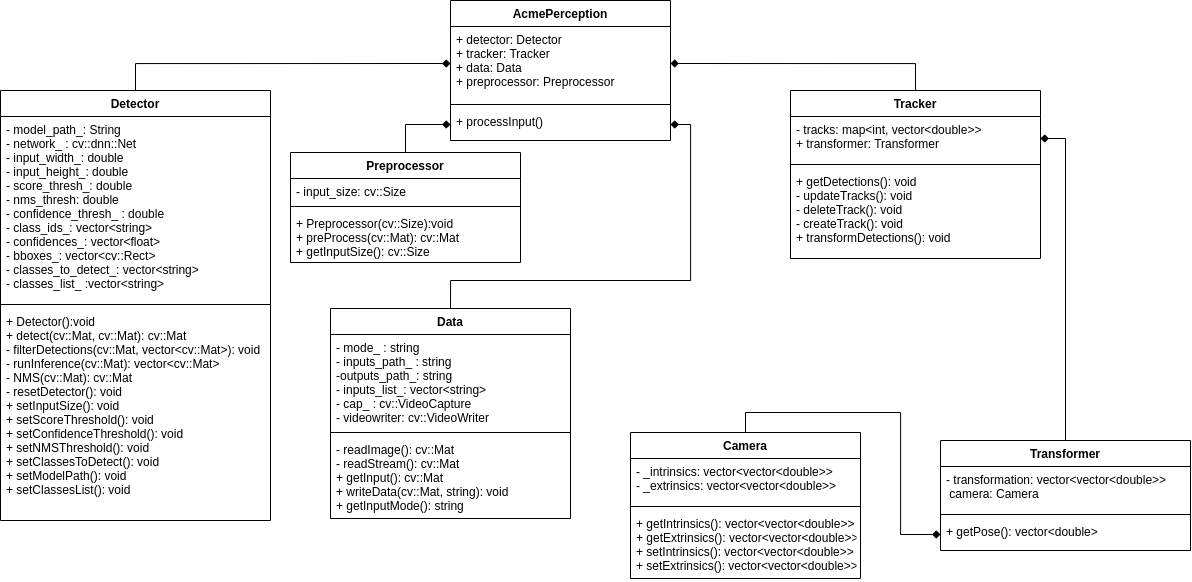
Earlier version of the draw.io export UML/revised/UML Class Diagram.png (tanujthakkar/Human-Detection-and-Tracking). Source tidied: cells renumbered, new cells last; positions are measured from the earlier drawing's top-left corner, leaving out a move shared by most shapes. The source it was exported from:
```xml
<mxGraphModel>
  <root>
    <mxCell id="0" />
    <mxCell id="1" parent="0" />
    <mxCell id="2" value="Tracker" style="swimlane;fontStyle=1;align=center;verticalAlign=top;horizontal=1;startSize=26;" parent="1" vertex="1">
      <mxGeometry x="790" y="90" width="250" height="168" as="geometry" />
    </mxCell>
    <mxCell id="3" value="- tracks: map&lt;int, vector&lt;double&gt;&gt;&#10;+ transformer: Transformer" style="text;strokeColor=none;fillColor=none;align=left;verticalAlign=top;spacingLeft=4;spacingRight=4;overflow=hidden;points=[[0,0.5],[1,0.5]];portConstraint=eastwest;" parent="2" vertex="1">
      <mxGeometry y="26" width="250" height="44" as="geometry" />
    </mxCell>
    <mxCell id="4" style="line;strokeWidth=1;fillColor=none;align=left;verticalAlign=middle;spacingTop=-1;spacingLeft=3;spacingRight=3;labelPosition=right;strokeColor=inherit;" parent="2" vertex="1">
      <mxGeometry y="70" width="250" height="8" as="geometry" />
    </mxCell>
    <mxCell id="5" value="+ getDetections(): void&#10;- updateTracks(): void&#10;- deleteTrack(): void&#10;- createTrack(): void&#10;+ transformDetections(): void" style="text;strokeColor=none;fillColor=none;align=left;verticalAlign=top;spacingLeft=4;spacingRight=4;overflow=hidden;" parent="2" vertex="1">
      <mxGeometry y="78" width="250" height="90" as="geometry" />
    </mxCell>
    <mxCell id="6" value="AcmePerception" style="swimlane;fontStyle=1;align=center;verticalAlign=top;horizontal=1;startSize=26;" parent="1" vertex="1">
      <mxGeometry x="450" width="220" height="140" as="geometry" />
    </mxCell>
    <mxCell id="7" value="+ detector: Detector&#10;+ tracker: Tracker&#10;+ data: Data&#10;+ preprocessor: Preprocessor" style="text;strokeColor=none;fillColor=none;align=left;verticalAlign=top;spacingLeft=4;spacingRight=4;overflow=hidden;points=[[0,0.5],[1,0.5]];portConstraint=eastwest;" parent="6" vertex="1">
      <mxGeometry y="26" width="220" height="74" as="geometry" />
    </mxCell>
    <mxCell id="8" style="line;strokeWidth=1;fillColor=none;align=left;verticalAlign=middle;spacingTop=-1;spacingLeft=3;spacingRight=3;labelPosition=right;strokeColor=inherit;" parent="6" vertex="1">
      <mxGeometry y="100" width="220" height="8" as="geometry" />
    </mxCell>
    <mxCell id="9" value="+ processInput()" style="text;strokeColor=none;fillColor=none;align=left;verticalAlign=top;spacingLeft=4;spacingRight=4;overflow=hidden;points=[[0,0.5],[1,0.5]];portConstraint=eastwest;" parent="6" vertex="1">
      <mxGeometry y="108" width="220" height="32" as="geometry" />
    </mxCell>
    <mxCell id="10" style="edgeStyle=orthogonalEdgeStyle;rounded=0;jettySize=auto;html=1;entryX=0;entryY=0.5;entryDx=0;entryDy=0;endArrow=diamond;endFill=1;" parent="1" edge="1" source="11" target="9">
      <mxGeometry relative="1" as="geometry" />
    </mxCell>
    <mxCell id="11" value="Preprocessor" style="swimlane;fontStyle=1;align=center;verticalAlign=top;horizontal=1;startSize=26;" parent="1" vertex="1">
      <mxGeometry x="290" y="152" width="230" height="110" as="geometry" />
    </mxCell>
    <mxCell id="12" value="- input_size: cv::Size" style="text;strokeColor=none;fillColor=none;align=left;verticalAlign=top;spacingLeft=4;spacingRight=4;overflow=hidden;" parent="11" vertex="1">
      <mxGeometry y="26" width="230" height="24" as="geometry" />
    </mxCell>
    <mxCell id="13" style="line;strokeWidth=1;fillColor=none;align=left;verticalAlign=middle;spacingTop=-1;spacingLeft=3;spacingRight=3;labelPosition=right;strokeColor=inherit;" parent="11" vertex="1">
      <mxGeometry y="50" width="230" height="8" as="geometry" />
    </mxCell>
    <mxCell id="14" value="+ Preprocessor(cv::Size):void&#10;+ preProcess(cv::Mat): cv::Mat&#10;+ getInputSize(): cv::Size&#10;" style="text;strokeColor=none;fillColor=none;align=left;verticalAlign=top;spacingLeft=4;spacingRight=4;overflow=hidden;" parent="11" vertex="1">
      <mxGeometry y="58" width="230" height="52" as="geometry" />
    </mxCell>
    <mxCell id="15" style="edgeStyle=orthogonalEdgeStyle;rounded=0;jettySize=auto;html=1;exitX=0.5;exitY=0;exitDx=0;exitDy=0;entryX=1;entryY=0.5;entryDx=0;entryDy=0;endArrow=diamond;endFill=1;" parent="1" edge="1" source="16" target="9">
      <mxGeometry relative="1" as="geometry">
        <Array as="points">
          <mxPoint x="450" y="280" />
          <mxPoint x="690" y="280" />
          <mxPoint x="690" y="124" />
        </Array>
      </mxGeometry>
    </mxCell>
    <mxCell id="16" value="Data" style="swimlane;fontStyle=1;align=center;verticalAlign=top;horizontal=1;startSize=26;" parent="1" vertex="1">
      <mxGeometry x="330" y="308" width="240" height="210" as="geometry" />
    </mxCell>
    <mxCell id="17" value="- mode_ : string&#10;- inputs_path_ : string&#10;-outputs_path_: string&#10;- inputs_list_: vector&lt;string&gt;&#10;- cap_ : cv::VideoCapture&#10;- videowriter: cv::VideoWriter" style="text;strokeColor=none;fillColor=none;align=left;verticalAlign=top;spacingLeft=4;spacingRight=4;overflow=hidden;" parent="16" vertex="1">
      <mxGeometry y="26" width="240" height="94" as="geometry" />
    </mxCell>
    <mxCell id="18" style="line;strokeWidth=1;fillColor=none;align=left;verticalAlign=middle;spacingTop=-1;spacingLeft=3;spacingRight=3;labelPosition=right;strokeColor=inherit;" parent="16" vertex="1">
      <mxGeometry y="120" width="240" height="8" as="geometry" />
    </mxCell>
    <mxCell id="19" value="- readImage(): cv::Mat&#10;- readStream(): cv::Mat&#10;+ getInput(): cv::Mat&#10;+ writeData(cv::Mat, string): void&#10;+ getInputMode(): string" style="text;strokeColor=none;fillColor=none;align=left;verticalAlign=top;spacingLeft=4;spacingRight=4;overflow=hidden;" parent="16" vertex="1">
      <mxGeometry y="128" width="240" height="82" as="geometry" />
    </mxCell>
    <mxCell id="20" style="edgeStyle=orthogonalEdgeStyle;rounded=0;jettySize=auto;html=1;exitX=0.5;exitY=0;exitDx=0;exitDy=0;endArrow=diamond;endFill=1;entryX=1;entryY=0.5;entryDx=0;entryDy=0;" parent="1" edge="1" source="2" target="7">
      <mxGeometry relative="1" as="geometry" />
    </mxCell>
    <mxCell id="21" value="Detector" style="swimlane;fontStyle=1;align=center;verticalAlign=top;horizontal=1;startSize=26;" parent="1" vertex="1">
      <mxGeometry y="90" width="270" height="430" as="geometry" />
    </mxCell>
    <mxCell id="22" value="- model_path_: String&#10;- network_ : cv::dnn::Net&#10;- input_width_: double&#10;- input_height_: double&#10;- score_thresh_: double&#10;- nms_thresh: double&#10;- confidence_thresh_ : double&#10;- class_ids_: vector&lt;string&gt;&#10;- confidences_: vector&lt;float&gt;&#10;- bboxes_: vector&lt;cv::Rect&gt;&#10;- classes_to_detect_: vector&lt;string&gt;&#10;- classes_list_ :vector&lt;string&gt;&#10;" style="text;strokeColor=none;fillColor=none;align=left;verticalAlign=top;spacingLeft=4;spacingRight=4;overflow=hidden;" parent="21" vertex="1">
      <mxGeometry y="26" width="270" height="184" as="geometry" />
    </mxCell>
    <mxCell id="23" style="line;strokeWidth=1;fillColor=none;align=left;verticalAlign=middle;spacingTop=-1;spacingLeft=3;spacingRight=3;labelPosition=right;strokeColor=inherit;" parent="21" vertex="1">
      <mxGeometry y="210" width="270" height="8" as="geometry" />
    </mxCell>
    <mxCell id="24" value="+ Detector():void&#10;+ detect(cv::Mat, cv::Mat): cv::Mat&#10;- filterDetections(cv::Mat, vector&lt;cv::Mat&gt;): void&#10;- runInference(cv::Mat): vector&lt;cv::Mat&gt;&#10;- NMS(cv::Mat): cv::Mat&#10;- resetDetector(): void&#10;+ setInputSize(): void&#10;+ setScoreThreshold(): void&#10;+ setConfidenceThreshold(): void&#10;+ setNMSThreshold(): void&#10;+ setClassesToDetect(): void&#10;+ setModelPath(): void&#10;+ setClassesList(): void" style="text;strokeColor=none;fillColor=none;align=left;verticalAlign=top;spacingLeft=4;spacingRight=4;overflow=hidden;" parent="21" vertex="1">
      <mxGeometry y="218" width="270" height="212" as="geometry" />
    </mxCell>
    <mxCell id="25" style="edgeStyle=orthogonalEdgeStyle;rounded=0;jettySize=auto;html=1;exitX=0.5;exitY=0;exitDx=0;exitDy=0;endArrow=diamond;endFill=1;entryX=0;entryY=0.5;entryDx=0;entryDy=0;" parent="1" edge="1" source="21" target="7">
      <mxGeometry relative="1" as="geometry" />
    </mxCell>
    <mxCell id="26" value="Camera" style="swimlane;fontStyle=1;align=center;verticalAlign=top;horizontal=1;startSize=26;" parent="1" vertex="1">
      <mxGeometry x="630" y="432" width="230" height="146" as="geometry" />
    </mxCell>
    <mxCell id="27" value="- _intrinsics: vector&lt;vector&lt;double&gt;&gt;&#10;- _extrinsics: vector&lt;vector&lt;double&gt;&gt;&#10;" style="text;strokeColor=none;fillColor=none;align=left;verticalAlign=top;spacingLeft=4;spacingRight=4;overflow=hidden;" parent="26" vertex="1">
      <mxGeometry y="26" width="230" height="44" as="geometry" />
    </mxCell>
    <mxCell id="28" style="line;strokeWidth=1;fillColor=none;align=left;verticalAlign=middle;spacingTop=-1;spacingLeft=3;spacingRight=3;labelPosition=right;strokeColor=inherit;" parent="26" vertex="1">
      <mxGeometry y="70" width="230" height="8" as="geometry" />
    </mxCell>
    <mxCell id="29" value="+ getIntrinsics(): vector&lt;vector&lt;double&gt;&gt;&#10;+ getExtrinsics(): vector&lt;vector&lt;double&gt;&gt;&#10;+ setIntrinsics(): vector&lt;vector&lt;double&gt;&gt;&#10;+ setExtrinsics(): vector&lt;vector&lt;double&gt;&gt;&#10;" style="text;strokeColor=none;fillColor=none;align=left;verticalAlign=top;spacingLeft=4;spacingRight=4;overflow=hidden;" parent="26" vertex="1">
      <mxGeometry y="78" width="230" height="68" as="geometry" />
    </mxCell>
    <mxCell id="30" value="Transformer" style="swimlane;fontStyle=1;align=center;verticalAlign=top;horizontal=1;startSize=26;" parent="1" vertex="1">
      <mxGeometry x="940" y="440" width="250" height="110" as="geometry" />
    </mxCell>
    <mxCell id="31" value="- transformation: vector&lt;vector&lt;double&gt;&gt;&#10; camera: Camera" style="text;strokeColor=none;fillColor=none;align=left;verticalAlign=top;spacingLeft=4;spacingRight=4;overflow=hidden;" parent="30" vertex="1">
      <mxGeometry y="26" width="250" height="44" as="geometry" />
    </mxCell>
    <mxCell id="32" style="line;strokeWidth=1;fillColor=none;align=left;verticalAlign=middle;spacingTop=-1;spacingLeft=3;spacingRight=3;labelPosition=right;strokeColor=inherit;" parent="30" vertex="1">
      <mxGeometry y="70" width="250" height="8" as="geometry" />
    </mxCell>
    <mxCell id="33" value="+ getPose(): vector&lt;double&gt;" style="text;strokeColor=none;fillColor=none;align=left;verticalAlign=top;spacingLeft=4;spacingRight=4;overflow=hidden;points=[[0,0.5],[1,0.5]];portConstraint=eastwest;" parent="30" vertex="1">
      <mxGeometry y="78" width="250" height="32" as="geometry" />
    </mxCell>
    <mxCell id="34" style="edgeStyle=orthogonalEdgeStyle;rounded=0;jettySize=auto;html=1;exitX=0.5;exitY=0;exitDx=0;exitDy=0;endArrow=diamond;endFill=1;" parent="1" edge="1" source="26" target="33">
      <mxGeometry relative="1" as="geometry" />
    </mxCell>
    <mxCell id="35" style="edgeStyle=orthogonalEdgeStyle;rounded=0;jettySize=auto;html=1;exitX=0.5;exitY=0;exitDx=0;exitDy=0;entryX=1;entryY=0.5;entryDx=0;entryDy=0;endArrow=diamond;endFill=1;" parent="1" edge="1" source="30" target="3">
      <mxGeometry relative="1" as="geometry" />
    </mxCell>
  </root>
</mxGraphModel>
```
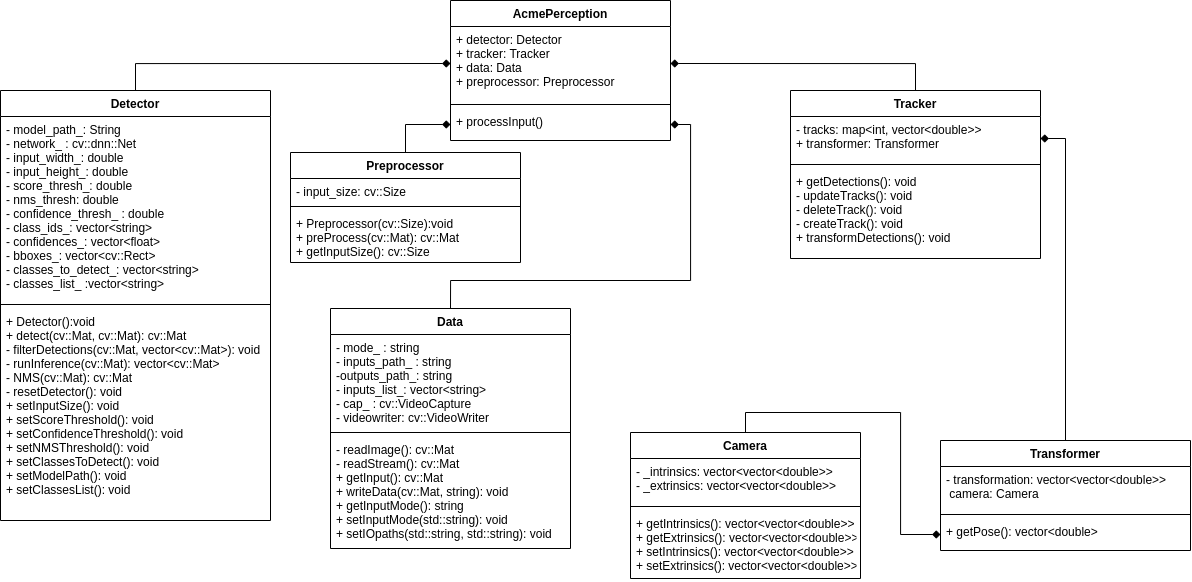
Later version of the same file.

Commit message:
GihubCI badgefix, revised UML for Tracker class

The edit, as a diff of the source:
```diff
@@ -51,7 +51,7 @@
       </mxGeometry>
     </mxCell>
     <mxCell id="16" value="Data" style="swimlane;fontStyle=1;align=center;verticalAlign=top;horizontal=1;startSize=26;" parent="1" vertex="1">
-      <mxGeometry x="330" y="308" width="240" height="210" as="geometry" />
+      <mxGeometry x="330" y="308" width="240" height="240" as="geometry" />
     </mxCell>
     <mxCell id="17" value="- mode_ : string&#10;- inputs_path_ : string&#10;-outputs_path_: string&#10;- inputs_list_: vector&lt;string&gt;&#10;- cap_ : cv::VideoCapture&#10;- videowriter: cv::VideoWriter" style="text;strokeColor=none;fillColor=none;align=left;verticalAlign=top;spacingLeft=4;spacingRight=4;overflow=hidden;" parent="16" vertex="1">
       <mxGeometry y="26" width="240" height="94" as="geometry" />
@@ -59,8 +59,8 @@
     <mxCell id="18" style="line;strokeWidth=1;fillColor=none;align=left;verticalAlign=middle;spacingTop=-1;spacingLeft=3;spacingRight=3;labelPosition=right;strokeColor=inherit;" parent="16" vertex="1">
       <mxGeometry y="120" width="240" height="8" as="geometry" />
     </mxCell>
-    <mxCell id="19" value="- readImage(): cv::Mat&#10;- readStream(): cv::Mat&#10;+ getInput(): cv::Mat&#10;+ writeData(cv::Mat, string): void&#10;+ getInputMode(): string" style="text;strokeColor=none;fillColor=none;align=left;verticalAlign=top;spacingLeft=4;spacingRight=4;overflow=hidden;" parent="16" vertex="1">
-      <mxGeometry y="128" width="240" height="82" as="geometry" />
+    <mxCell id="19" value="- readImage(): cv::Mat&#10;- readStream(): cv::Mat&#10;+ getInput(): cv::Mat&#10;+ writeData(cv::Mat, string): void&#10;+ getInputMode(): string&#10;+ setInputMode(std::string): void&#10;+ setIOpaths(std::string, std::string): void&#10;" style="text;strokeColor=none;fillColor=none;align=left;verticalAlign=top;spacingLeft=4;spacingRight=4;overflow=hidden;" parent="16" vertex="1">
+      <mxGeometry y="128" width="240" height="112" as="geometry" />
     </mxCell>
     <mxCell id="20" style="edgeStyle=orthogonalEdgeStyle;rounded=0;jettySize=auto;html=1;exitX=0.5;exitY=0;exitDx=0;exitDy=0;endArrow=diamond;endFill=1;entryX=1;entryY=0.5;entryDx=0;entryDy=0;" parent="1" edge="1" source="2" target="7">
       <mxGeometry relative="1" as="geometry" />
```
